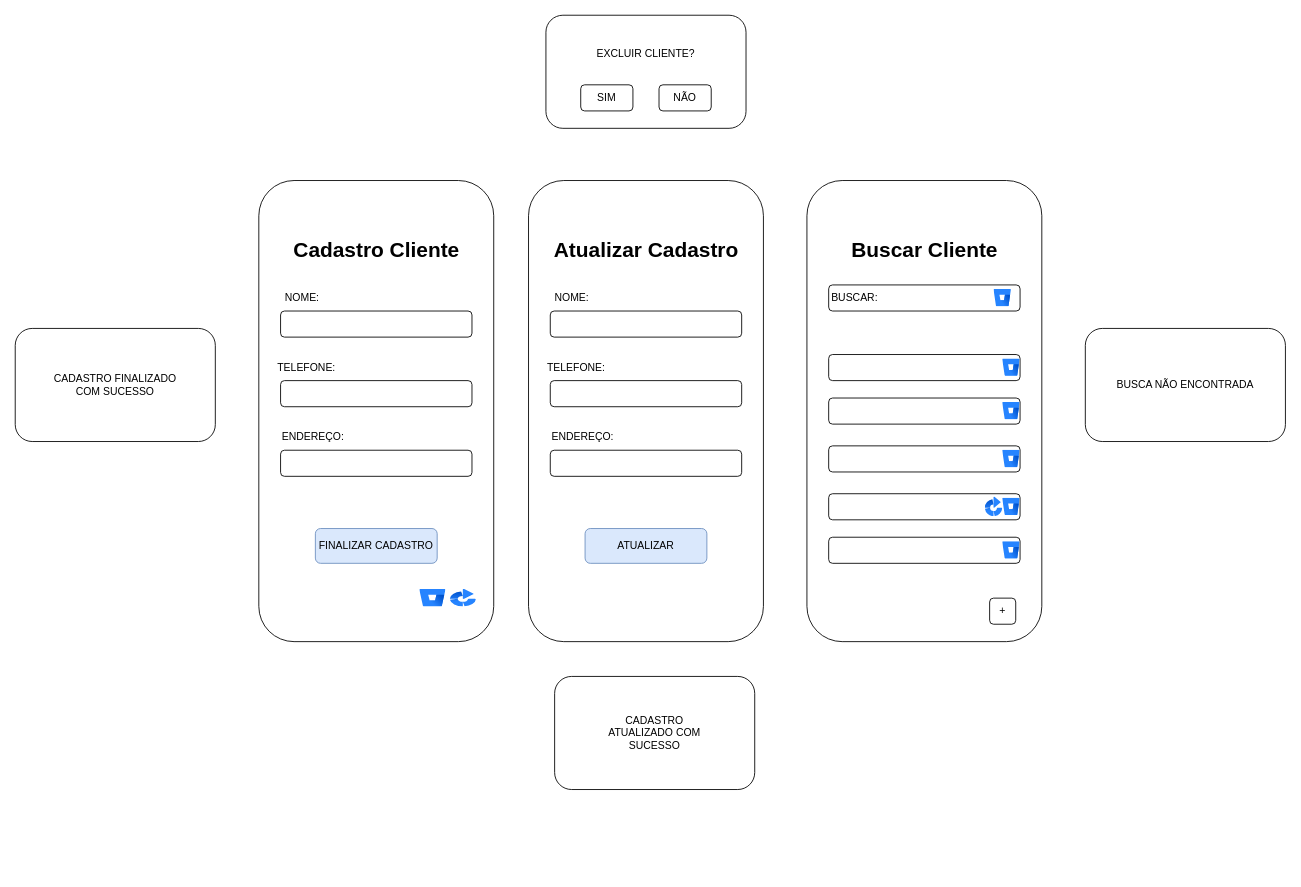
The draw.io diagram page "Página-1" (1 of 6) of DOC/tela.drawio in juliareis14/avatar.app, before the edit. Source tidied: cells renumbered, new cells numbered last; positions are measured from the earlier drawing's top-left corner, leaving out a move shared by most shapes. Both pictures are drawn from the tidied source at 87%, with x=0, y=0 at pixel (15, 15).
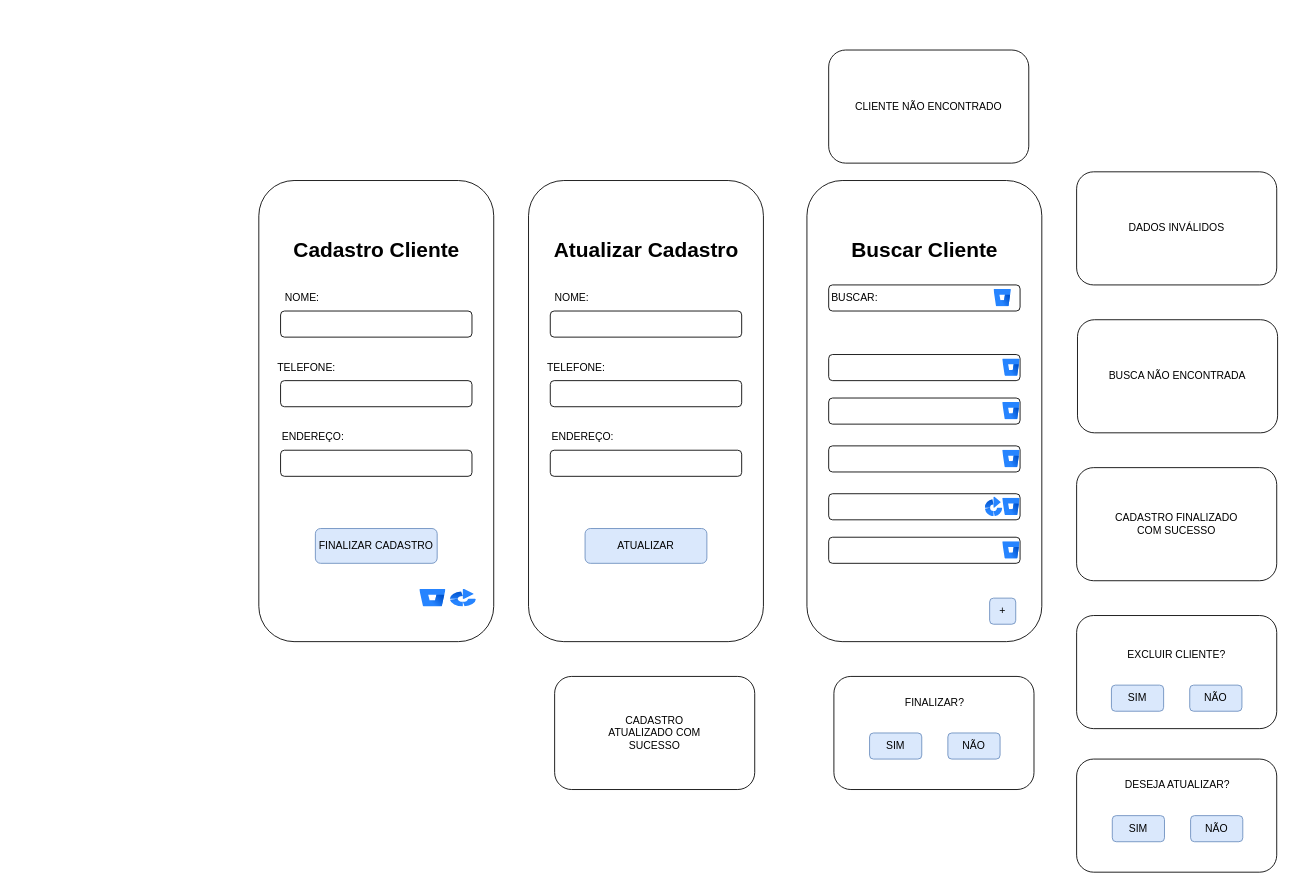
The same diagram, later.

The edit, as a diff of the source:
```diff
@@
     <mxCell id="11" style="rounded=1;whiteSpace=wrap;html=1;" parent="1" vertex="1">
-      <mxGeometry x="610" width="230" height="130" as="geometry" />
+      <mxGeometry x="1220" y="690" width="230" height="130" as="geometry" />
     </mxCell>
-    <mxCell id="12" value="SIM" style="rounded=1;whiteSpace=wrap;html=1;" parent="1" vertex="1">
-      <mxGeometry x="650" y="80" width="60" height="30" as="geometry" />
+    <mxCell id="12" value="SIM" style="rounded=1;whiteSpace=wrap;html=1;fillColor=#dae8fc;strokeColor=#6c8ebf;" parent="1" vertex="1">
+      <mxGeometry x="1260" y="770" width="60" height="30" as="geometry" />
     </mxCell>
-    <mxCell id="13" value="NÃO" style="rounded=1;whiteSpace=wrap;html=1;" parent="1" vertex="1">
-      <mxGeometry x="740" y="80" width="60" height="30" as="geometry" />
+    <mxCell id="13" value="NÃO" style="rounded=1;whiteSpace=wrap;html=1;fillColor=#dae8fc;strokeColor=#6c8ebf;" parent="1" vertex="1">
+      <mxGeometry x="1350" y="770" width="60" height="30" as="geometry" />
     </mxCell>
     <mxCell id="14" value="EXCLUIR CLIENTE?" style="text;html=1;align=center;verticalAlign=middle;whiteSpace=wrap;rounded=0;" parent="1" vertex="1">
-      <mxGeometry x="660" y="30" width="130" height="30" as="geometry" />
+      <mxGeometry x="1270" y="720" width="130" height="30" as="geometry" />
     </mxCell>
@@
     <mxCell id="31" style="rounded=1;whiteSpace=wrap;html=1;" parent="1" vertex="1">
-      <mxGeometry y="360" width="230" height="130" as="geometry" />
+      <mxGeometry x="1220" y="520" width="230" height="130" as="geometry" />
     </mxCell>
     <mxCell id="32" value="CADASTRO FINALIZADO&lt;div&gt;COM SUCESSO&lt;/div&gt;" style="text;html=1;align=center;verticalAlign=middle;whiteSpace=wrap;rounded=0;" parent="1" vertex="1">
-      <mxGeometry x="40" y="390" width="150" height="70" as="geometry" />
+      <mxGeometry x="1260" y="550" width="150" height="70" as="geometry" />
     </mxCell>
@@
     <mxCell id="35" value="BUSCA NÃO ENCONTRADA" style="rounded=1;whiteSpace=wrap;html=1;" parent="1" vertex="1">
-      <mxGeometry x="1230" y="360" width="230" height="130" as="geometry" />
+      <mxGeometry x="1221" y="350" width="230" height="130" as="geometry" />
     </mxCell>
@@
-    <mxCell id="47" value="+" style="rounded=1;whiteSpace=wrap;html=1;direction=south;" parent="1" vertex="1">
+    <mxCell id="47" value="+" style="rounded=1;whiteSpace=wrap;html=1;direction=south;fillColor=#dae8fc;strokeColor=#6c8ebf;" parent="1" vertex="1">
       <mxGeometry x="1120" y="670" width="30" height="30" as="geometry" />
     </mxCell>
+    <mxCell id="48" value="DADOS INVÁLIDOS" style="rounded=1;whiteSpace=wrap;html=1;" parent="1" vertex="1">
+      <mxGeometry x="1220" y="180" width="230" height="130" as="geometry" />
+    </mxCell>
+    <mxCell id="49" style="rounded=1;whiteSpace=wrap;html=1;" parent="1" vertex="1">
+      <mxGeometry x="941" y="760" width="230" height="130" as="geometry" />
+    </mxCell>
+    <mxCell id="50" value="SIM" style="rounded=1;whiteSpace=wrap;html=1;fillColor=#dae8fc;strokeColor=#6c8ebf;" parent="1" vertex="1">
+      <mxGeometry x="982" y="825" width="60" height="30" as="geometry" />
+    </mxCell>
+    <mxCell id="51" value="NÃO" style="rounded=1;whiteSpace=wrap;html=1;fillColor=#dae8fc;strokeColor=#6c8ebf;" parent="1" vertex="1">
+      <mxGeometry x="1072" y="825" width="60" height="30" as="geometry" />
+    </mxCell>
+    <mxCell id="52" value="FINALIZAR?" style="text;html=1;align=center;verticalAlign=middle;whiteSpace=wrap;rounded=0;" parent="1" vertex="1">
+      <mxGeometry x="982" y="775" width="150" height="30" as="geometry" />
+    </mxCell>
+    <mxCell id="53" style="rounded=1;whiteSpace=wrap;html=1;" parent="1" vertex="1">
+      <mxGeometry x="1220" y="855" width="230" height="130" as="geometry" />
+    </mxCell>
+    <mxCell id="54" value="SIM" style="rounded=1;whiteSpace=wrap;html=1;fillColor=#dae8fc;strokeColor=#6c8ebf;" parent="1" vertex="1">
+      <mxGeometry x="1261" y="920" width="60" height="30" as="geometry" />
+    </mxCell>
+    <mxCell id="55" value="NÃO" style="rounded=1;whiteSpace=wrap;html=1;fillColor=#dae8fc;strokeColor=#6c8ebf;" parent="1" vertex="1">
+      <mxGeometry x="1351" y="920" width="60" height="30" as="geometry" />
+    </mxCell>
+    <mxCell id="56" value="DESEJA ATUALIZAR?" style="text;html=1;align=center;verticalAlign=middle;whiteSpace=wrap;rounded=0;" parent="1" vertex="1">
+      <mxGeometry x="1261" y="870" width="150" height="30" as="geometry" />
+    </mxCell>
+    <mxCell id="57" value="CLIENTE NÃO ENCONTRADO" style="rounded=1;whiteSpace=wrap;html=1;" parent="1" vertex="1">
+      <mxGeometry x="935" y="40" width="230" height="130" as="geometry" />
+    </mxCell>
```
